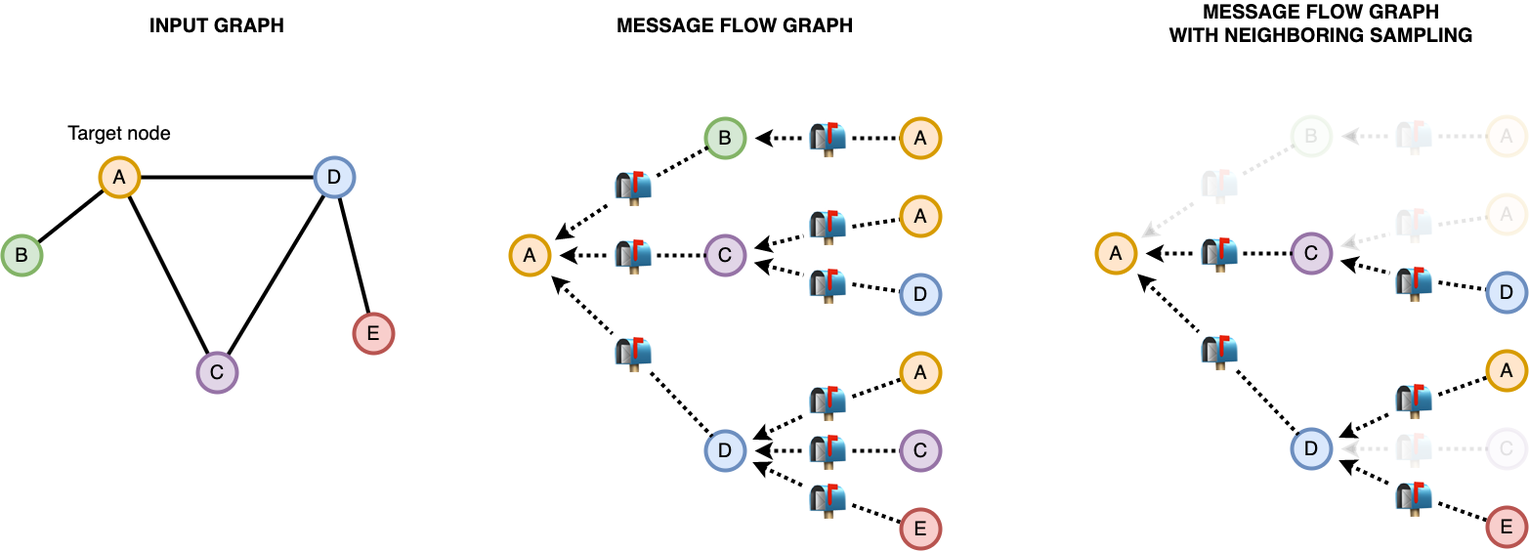
The draw.io diagram images/neighbor_sampling.png in netspractice/network-science, before a commit. Source tidied: cells renumbered, new cells last; positions are measured from the earlier drawing's top-left corner, leaving out a move shared by most shapes.
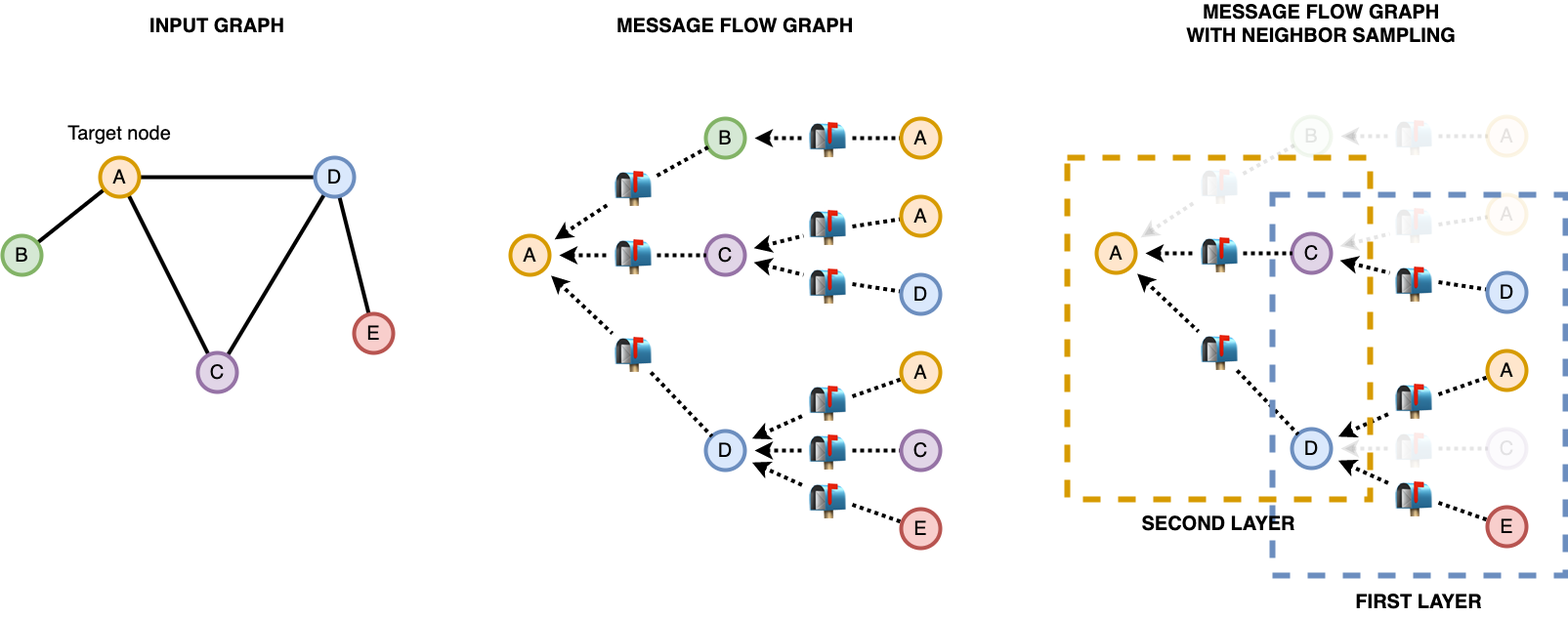
The same file after the commit.

Commit message:
upd neigh sampling img

Change to the diagram source:
```diff
@@ -308,7 +308,7 @@
         <mxPoint x="1420" y="414" as="targetPoint" />
       </mxGeometry>
     </mxCell>
-    <mxCell id="80" value="MESSAGE FLOW GRAPH&lt;br&gt;WITH NEIGHBORING SAMPLING" style="text;html=1;strokeColor=none;fillColor=none;align=center;verticalAlign=middle;whiteSpace=wrap;rounded=0;dashed=1;fontSize=20;fontStyle=1;" parent="1" vertex="1">
+    <mxCell id="80" value="MESSAGE FLOW GRAPH&lt;br&gt;WITH NEIGHBOR SAMPLING" style="text;html=1;strokeColor=none;fillColor=none;align=center;verticalAlign=middle;whiteSpace=wrap;rounded=0;dashed=1;fontSize=20;fontStyle=1;" parent="1" vertex="1">
       <mxGeometry x="1170" width="360" height="30" as="geometry" />
     </mxCell>
     <mxCell id="81" value="📬" style="text;whiteSpace=wrap;html=1;fontSize=40;align=center;opacity=10;textOpacity=10;" parent="1" vertex="1">
@@ -338,5 +338,17 @@
     <mxCell id="89" value="📬" style="text;whiteSpace=wrap;html=1;fontSize=40;align=center;" parent="1" vertex="1">
       <mxGeometry x="1420" y="470" width="50" height="40" as="geometry" />
     </mxCell>
+    <mxCell id="90" style="rounded=0;whiteSpace=wrap;html=1;fillColor=none;strokeWidth=6;strokeColor=#6c8ebf;dashed=1;" parent="1" vertex="1">
+      <mxGeometry x="1300" y="190" width="300" height="390" as="geometry" />
+    </mxCell>
+    <mxCell id="91" value="FIRST LAYER" style="text;html=1;strokeColor=none;fillColor=none;align=center;verticalAlign=middle;whiteSpace=wrap;rounded=0;dashed=1;fontSize=20;fontStyle=1;" parent="1" vertex="1">
+      <mxGeometry x="1300" y="592" width="300" height="30" as="geometry" />
+    </mxCell>
+    <mxCell id="92" style="rounded=0;whiteSpace=wrap;html=1;strokeWidth=6;fillColor=none;strokeColor=#d79b00;dashed=1;" parent="1" vertex="1">
+      <mxGeometry x="1090" y="152" width="310" height="350" as="geometry" />
+    </mxCell>
+    <mxCell id="93" value="SECOND LAYER" style="text;html=1;strokeColor=none;fillColor=none;align=center;verticalAlign=middle;whiteSpace=wrap;rounded=0;dashed=1;fontSize=20;fontStyle=1;" parent="1" vertex="1">
+      <mxGeometry x="1085" y="512" width="320" height="30" as="geometry" />
+    </mxCell>
   </root>
 </mxGraphModel>
```
